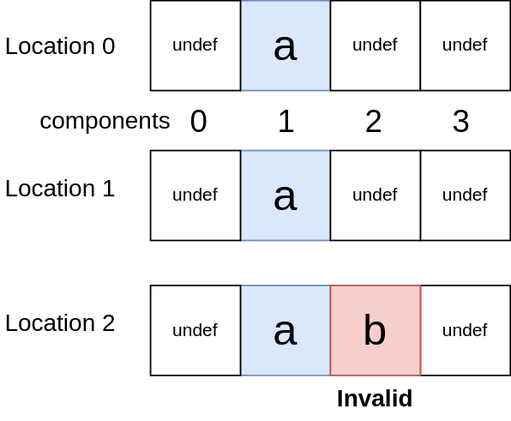
KhronosGroup/Vulkan-Guide keeps this draw.io diagram as chapters/images/location_example_array2.svg. Above is the earlier version. Source tidied: cells renumbered, new cells last; positions are measured from the earlier drawing's top-left corner, leaving out a move shared by most shapes. Source of this version:
```xml
<mxGraphModel>
  <root>
    <mxCell id="0" />
    <mxCell id="1" parent="0" />
    <mxCell id="2" value="undef" style="rounded=0;whiteSpace=wrap;html=1;" parent="1" vertex="1">
      <mxGeometry x="280" y="100" width="60" height="60" as="geometry" />
    </mxCell>
    <mxCell id="3" value="Location 0" style="text;html=1;align=center;verticalAlign=middle;whiteSpace=wrap;rounded=0;fontSize=16;" parent="1" vertex="1">
      <mxGeometry y="15" width="80" height="30" as="geometry" />
    </mxCell>
    <mxCell id="4" value="&lt;font style=&quot;font-size: 21px;&quot;&gt;0&amp;nbsp; &amp;nbsp; &amp;nbsp; &amp;nbsp; 1&amp;nbsp; &amp;nbsp; &amp;nbsp; &amp;nbsp; 2&amp;nbsp; &amp;nbsp; &amp;nbsp; &amp;nbsp; 3&lt;/font&gt;" style="text;html=1;align=center;verticalAlign=middle;whiteSpace=wrap;rounded=0;" parent="1" vertex="1">
      <mxGeometry x="100" y="60" width="240" height="40" as="geometry" />
    </mxCell>
    <mxCell id="5" value="Location 1" style="text;html=1;align=center;verticalAlign=middle;whiteSpace=wrap;rounded=0;fontSize=16;" parent="1" vertex="1">
      <mxGeometry y="110" width="80" height="30" as="geometry" />
    </mxCell>
    <mxCell id="6" value="components" style="text;html=1;align=center;verticalAlign=middle;whiteSpace=wrap;rounded=0;fontSize=16;" parent="1" vertex="1">
      <mxGeometry x="30" y="65" width="80" height="30" as="geometry" />
    </mxCell>
    <mxCell id="7" value="&lt;span style=&quot;font-size: 29px;&quot;&gt;a&lt;/span&gt;" style="rounded=0;whiteSpace=wrap;html=1;fillColor=#dae8fc;strokeColor=#6c8ebf;" parent="1" vertex="1">
      <mxGeometry x="160" y="100" width="60" height="60" as="geometry" />
    </mxCell>
    <mxCell id="8" value="undef" style="rounded=0;whiteSpace=wrap;html=1;" parent="1" vertex="1">
      <mxGeometry x="220" y="100" width="60" height="60" as="geometry" />
    </mxCell>
    <mxCell id="9" value="&lt;span style=&quot;font-size: 29px;&quot;&gt;a&lt;/span&gt;" style="rounded=0;whiteSpace=wrap;html=1;fillColor=#dae8fc;strokeColor=#6c8ebf;" parent="1" vertex="1">
      <mxGeometry x="160" width="60" height="60" as="geometry" />
    </mxCell>
    <mxCell id="10" value="undef" style="rounded=0;whiteSpace=wrap;html=1;" parent="1" vertex="1">
      <mxGeometry x="280" y="190" width="60" height="60" as="geometry" />
    </mxCell>
    <mxCell id="11" value="Location 2" style="text;html=1;align=center;verticalAlign=middle;whiteSpace=wrap;rounded=0;fontSize=16;" parent="1" vertex="1">
      <mxGeometry y="200" width="80" height="30" as="geometry" />
    </mxCell>
    <mxCell id="12" value="&lt;span style=&quot;font-size: 29px;&quot;&gt;a&lt;/span&gt;" style="rounded=0;whiteSpace=wrap;html=1;fillColor=#dae8fc;strokeColor=#6c8ebf;" parent="1" vertex="1">
      <mxGeometry x="160" y="190" width="60" height="60" as="geometry" />
    </mxCell>
    <mxCell id="13" value="undef" style="rounded=0;whiteSpace=wrap;html=1;" parent="1" vertex="1">
      <mxGeometry x="100" y="100" width="60" height="60" as="geometry" />
    </mxCell>
    <mxCell id="14" value="undef" style="rounded=0;whiteSpace=wrap;html=1;" parent="1" vertex="1">
      <mxGeometry x="100" y="190" width="60" height="60" as="geometry" />
    </mxCell>
    <mxCell id="15" value="undef" style="rounded=0;whiteSpace=wrap;html=1;" parent="1" vertex="1">
      <mxGeometry x="100" width="60" height="60" as="geometry" />
    </mxCell>
    <mxCell id="16" value="undef" style="rounded=0;whiteSpace=wrap;html=1;" parent="1" vertex="1">
      <mxGeometry x="220" width="60" height="60" as="geometry" />
    </mxCell>
    <mxCell id="17" value="undef" style="rounded=0;whiteSpace=wrap;html=1;" parent="1" vertex="1">
      <mxGeometry x="280" width="60" height="60" as="geometry" />
    </mxCell>
    <mxCell id="18" value="&lt;span style=&quot;font-size: 29px;&quot;&gt;b&lt;/span&gt;" style="rounded=0;whiteSpace=wrap;html=1;fillColor=#f8cecc;strokeColor=#b85450;" parent="1" vertex="1">
      <mxGeometry x="220" y="190" width="60" height="60" as="geometry" />
    </mxCell>
    <mxCell id="19" value="&lt;b&gt;Invalid&lt;/b&gt;" style="text;html=1;align=center;verticalAlign=middle;whiteSpace=wrap;rounded=0;fontSize=16;" parent="1" vertex="1">
      <mxGeometry x="210" y="250" width="80" height="30" as="geometry" />
    </mxCell>
  </root>
</mxGraphModel>
```
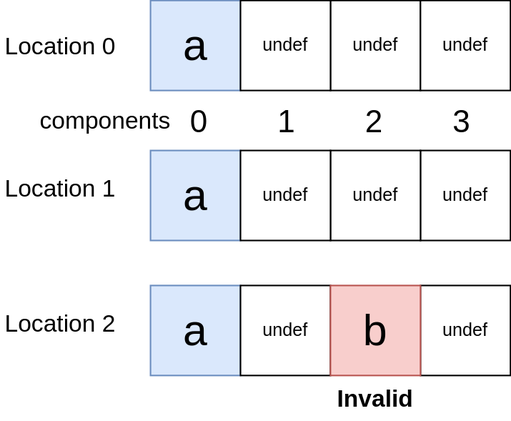
Above is the later version.

Change to the diagram source:
```diff
@@ -17,39 +17,39 @@
     <mxCell id="6" value="components" style="text;html=1;align=center;verticalAlign=middle;whiteSpace=wrap;rounded=0;fontSize=16;" parent="1" vertex="1">
       <mxGeometry x="30" y="65" width="80" height="30" as="geometry" />
     </mxCell>
-    <mxCell id="7" value="&lt;span style=&quot;font-size: 29px;&quot;&gt;a&lt;/span&gt;" style="rounded=0;whiteSpace=wrap;html=1;fillColor=#dae8fc;strokeColor=#6c8ebf;" parent="1" vertex="1">
-      <mxGeometry x="160" y="100" width="60" height="60" as="geometry" />
-    </mxCell>
     <mxCell id="8" value="undef" style="rounded=0;whiteSpace=wrap;html=1;" parent="1" vertex="1">
       <mxGeometry x="220" y="100" width="60" height="60" as="geometry" />
     </mxCell>
-    <mxCell id="9" value="&lt;span style=&quot;font-size: 29px;&quot;&gt;a&lt;/span&gt;" style="rounded=0;whiteSpace=wrap;html=1;fillColor=#dae8fc;strokeColor=#6c8ebf;" parent="1" vertex="1">
-      <mxGeometry x="160" width="60" height="60" as="geometry" />
-    </mxCell>
     <mxCell id="10" value="undef" style="rounded=0;whiteSpace=wrap;html=1;" parent="1" vertex="1">
       <mxGeometry x="280" y="190" width="60" height="60" as="geometry" />
     </mxCell>
     <mxCell id="11" value="Location 2" style="text;html=1;align=center;verticalAlign=middle;whiteSpace=wrap;rounded=0;fontSize=16;" parent="1" vertex="1">
       <mxGeometry y="200" width="80" height="30" as="geometry" />
     </mxCell>
-    <mxCell id="12" value="&lt;span style=&quot;font-size: 29px;&quot;&gt;a&lt;/span&gt;" style="rounded=0;whiteSpace=wrap;html=1;fillColor=#dae8fc;strokeColor=#6c8ebf;" parent="1" vertex="1">
-      <mxGeometry x="160" y="190" width="60" height="60" as="geometry" />
-    </mxCell>
-    <mxCell id="13" value="undef" style="rounded=0;whiteSpace=wrap;html=1;" parent="1" vertex="1">
-      <mxGeometry x="100" y="100" width="60" height="60" as="geometry" />
-    </mxCell>
-    <mxCell id="14" value="undef" style="rounded=0;whiteSpace=wrap;html=1;" parent="1" vertex="1">
-      <mxGeometry x="100" y="190" width="60" height="60" as="geometry" />
-    </mxCell>
-    <mxCell id="15" value="undef" style="rounded=0;whiteSpace=wrap;html=1;" parent="1" vertex="1">
-      <mxGeometry x="100" width="60" height="60" as="geometry" />
-    </mxCell>
     <mxCell id="16" value="undef" style="rounded=0;whiteSpace=wrap;html=1;" parent="1" vertex="1">
       <mxGeometry x="220" width="60" height="60" as="geometry" />
     </mxCell>
     <mxCell id="17" value="undef" style="rounded=0;whiteSpace=wrap;html=1;" parent="1" vertex="1">
       <mxGeometry x="280" width="60" height="60" as="geometry" />
     </mxCell>
+    <mxCell id="20" value="&lt;span style=&quot;font-size: 29px;&quot;&gt;a&lt;/span&gt;" style="rounded=0;whiteSpace=wrap;html=1;fillColor=#dae8fc;strokeColor=#6c8ebf;" parent="1" vertex="1">
+      <mxGeometry x="100" width="60" height="60" as="geometry" />
+    </mxCell>
+    <mxCell id="21" value="&lt;span style=&quot;font-size: 29px;&quot;&gt;a&lt;/span&gt;" style="rounded=0;whiteSpace=wrap;html=1;fillColor=#dae8fc;strokeColor=#6c8ebf;" parent="1" vertex="1">
+      <mxGeometry x="100" y="100" width="60" height="60" as="geometry" />
+    </mxCell>
+    <mxCell id="22" value="&lt;span style=&quot;font-size: 29px;&quot;&gt;a&lt;/span&gt;" style="rounded=0;whiteSpace=wrap;html=1;fillColor=#dae8fc;strokeColor=#6c8ebf;" parent="1" vertex="1">
+      <mxGeometry x="100" y="190" width="60" height="60" as="geometry" />
+    </mxCell>
+    <mxCell id="23" value="undef" style="rounded=0;whiteSpace=wrap;html=1;" parent="1" vertex="1">
+      <mxGeometry x="160" width="60" height="60" as="geometry" />
+    </mxCell>
+    <mxCell id="24" value="undef" style="rounded=0;whiteSpace=wrap;html=1;" parent="1" vertex="1">
+      <mxGeometry x="160" y="100" width="60" height="60" as="geometry" />
+    </mxCell>
+    <mxCell id="25" value="undef" style="rounded=0;whiteSpace=wrap;html=1;" parent="1" vertex="1">
+      <mxGeometry x="160" y="190" width="60" height="60" as="geometry" />
+    </mxCell>
     <mxCell id="18" value="&lt;span style=&quot;font-size: 29px;&quot;&gt;b&lt;/span&gt;" style="rounded=0;whiteSpace=wrap;html=1;fillColor=#f8cecc;strokeColor=#b85450;" parent="1" vertex="1">
       <mxGeometry x="220" y="190" width="60" height="60" as="geometry" />
     </mxCell>
```
